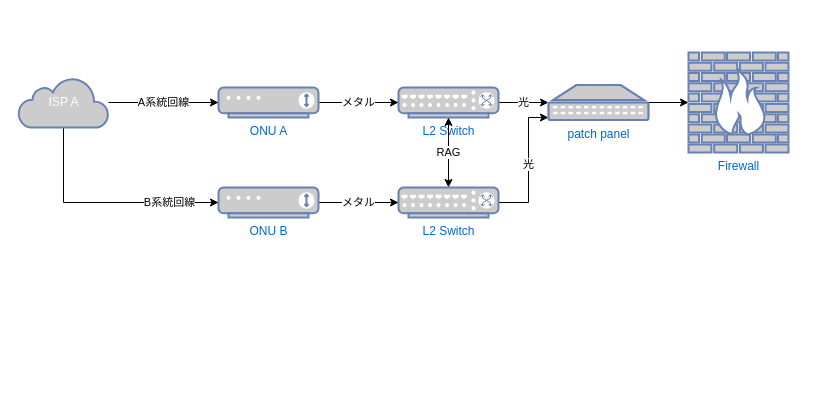
Earlier version of the draw.io diagram L2SWConfiguration.drawio (qz75ha/myLearningMaterial). Source tidied: cells renumbered, new cells numbered last; positions are measured from the earlier drawing's top-left corner, leaving out a move shared by most shapes. Both pictures are drawn from the tidied source at 100%, with x=0, y=0 at pixel (18, 52).
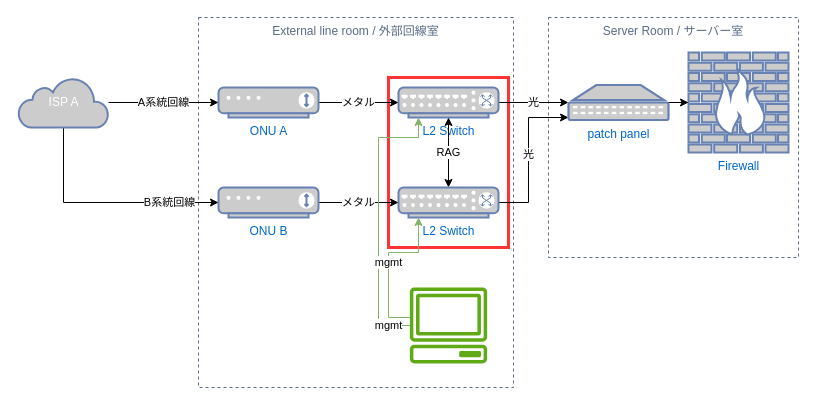
Above is the later version.

The change refers to these unchanged cells:
```xml
<mxCell id="3" value="L2 Switch" style="fontColor=#0066CC;verticalAlign=top;verticalLabelPosition=bottom;labelPosition=center;align=center;html=1;outlineConnect=0;fillColor=#CCCCCC;strokeColor=#6881B3;gradientColor=none;gradientDirection=north;strokeWidth=2;shape=mxgraph.networks.switch;" parent="1" vertex="1">
  <mxGeometry x="380" y="35" width="100" height="30" as="geometry" />
</mxCell>
<mxCell id="6" value="L2 Switch" style="fontColor=#0066CC;verticalAlign=top;verticalLabelPosition=bottom;labelPosition=center;align=center;html=1;outlineConnect=0;fillColor=#CCCCCC;strokeColor=#6881B3;gradientColor=none;gradientDirection=north;strokeWidth=2;shape=mxgraph.networks.switch;" parent="1" vertex="1">
  <mxGeometry x="380" y="135" width="100" height="30" as="geometry" />
</mxCell>
```

What changed in the source:
```diff
@@
+    <mxCell id="17" style="rounded=0;whiteSpace=wrap;html=1;fillColor=none;strokeColor=#FF3333;strokeWidth=3;" parent="1" vertex="1">
+      <mxGeometry x="370" y="25" width="120" height="170" as="geometry" />
+    </mxCell>
+    <mxCell id="18" value="Server Room / サーバー室" style="fillColor=none;strokeColor=#5A6C86;dashed=1;verticalAlign=top;fontStyle=0;fontColor=#5A6C86;" parent="1" vertex="1">
+      <mxGeometry x="530" y="-35" width="250" height="240" as="geometry" />
+    </mxCell>
+    <mxCell id="19" value="External line room / 外部回線室" style="fillColor=none;strokeColor=#5A6C86;dashed=1;verticalAlign=top;fontStyle=0;fontColor=#5A6C86;" parent="1" vertex="1">
+      <mxGeometry x="180" y="-35" width="315" height="370" as="geometry" />
+    </mxCell>
@@
     <mxCell id="15" value="patch panel" style="fontColor=#0066CC;verticalAlign=top;verticalLabelPosition=bottom;labelPosition=center;align=center;html=1;outlineConnect=0;fillColor=#CCCCCC;strokeColor=#6881B3;gradientColor=none;gradientDirection=north;strokeWidth=2;shape=mxgraph.networks.patch_panel;" parent="1" vertex="1">
-      <mxGeometry x="530" y="32.5" width="100" height="35" as="geometry" />
+      <mxGeometry x="550" y="32.5" width="100" height="35" as="geometry" />
     </mxCell>
@@
+    <mxCell id="20" value="mgmt" style="edgeStyle=orthogonalEdgeStyle;rounded=0;jettySize=auto;html=1;startArrow=none;startFill=0;fillColor=#d5e8d4;strokeColor=#82b366;" parent="1" edge="1" source="22" target="3">
+      <mxGeometry x="-0.85" relative="1" as="geometry">
+        <Array as="points">
+          <mxPoint x="360" y="273" />
+          <mxPoint x="360" y="85" />
+          <mxPoint x="400" y="85" />
+        </Array>
+      </mxGeometry>
+    </mxCell>
+    <mxCell id="21" value="mgmt" style="edgeStyle=orthogonalEdgeStyle;rounded=0;jettySize=auto;html=1;startArrow=none;startFill=0;fillColor=#d5e8d4;strokeColor=#82b366;" parent="1" edge="1" source="22" target="6">
+      <mxGeometry relative="1" as="geometry">
+        <Array as="points">
+          <mxPoint x="370" y="265" />
+          <mxPoint x="370" y="200" />
+          <mxPoint x="400" y="200" />
+        </Array>
+      </mxGeometry>
+    </mxCell>
+    <mxCell id="22" style="outlineConnect=0;fillColor=#60a917;strokeColor=#2D7600;dashed=0;verticalLabelPosition=bottom;verticalAlign=top;align=center;html=1;fontSize=12;fontStyle=0;shape=mxgraph.aws4.client;fontColor=#ffffff;" parent="1" vertex="1">
+      <mxGeometry x="391" y="235" width="78" height="76" as="geometry" />
+    </mxCell>
```
